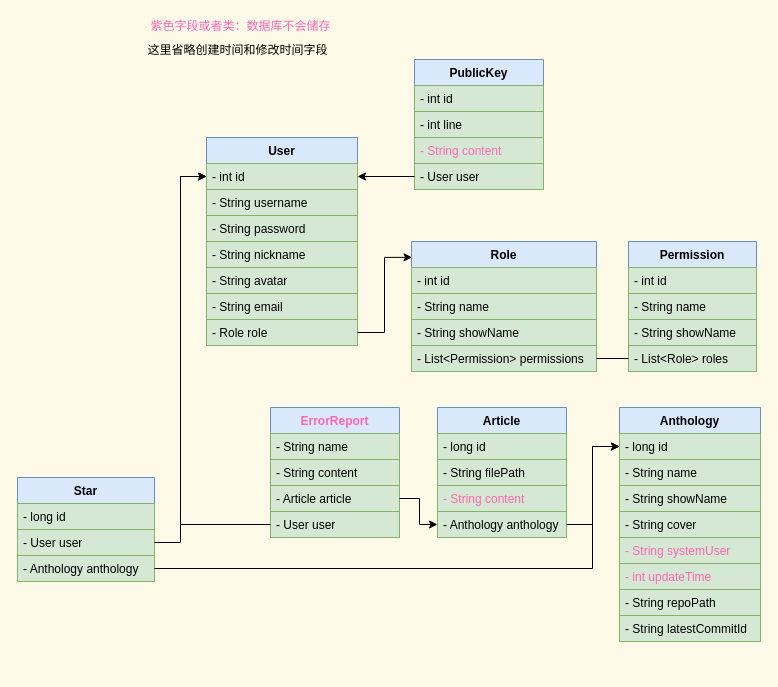
Above: page "类图" (1 of 2) of server-springboot/后端类图.dio in swsk33/git-document (draw.io), before the change. Source tidied: cells renumbered, new cells numbered last; positions are measured from the earlier drawing's top-left corner, leaving out a move shared by most shapes. Both pictures are drawn from the tidied source at 100%, with x=0, y=0 at pixel (17, 17).
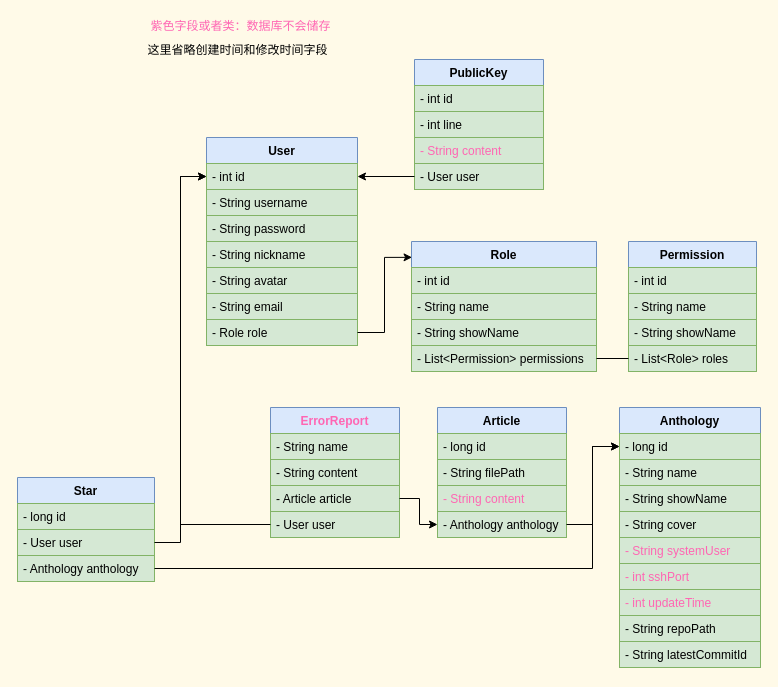
The same diagram, later.

The edit, as a diff of the source:
```diff
@@
     <mxCell id="27" value="Anthology" style="swimlane;fontStyle=1;align=center;verticalAlign=top;horizontal=1;startSize=26;fillColor=#dae8fc;strokeColor=#6c8ebf;" parent="1" vertex="1">
-      <mxGeometry x="602" y="390" width="141" height="234" as="geometry" />
+      <mxGeometry x="602" y="390" width="141" height="260" as="geometry" />
     </mxCell>
@@
+    <mxCell id="58" value="- int sshPort" style="text;strokeColor=#82b366;fillColor=#d5e8d4;align=left;verticalAlign=top;spacingLeft=4;spacingRight=4;overflow=hidden;fontColor=#FF66B3;" parent="27" vertex="1">
+      <mxGeometry y="156" width="141" height="26" as="geometry" />
+    </mxCell>
     <mxCell id="33" value="- int updateTime" style="text;strokeColor=#82b366;fillColor=#d5e8d4;align=left;verticalAlign=top;spacingLeft=4;spacingRight=4;overflow=hidden;fontColor=#FF66B3;" parent="27" vertex="1">
-      <mxGeometry y="156" width="141" height="26" as="geometry" />
+      <mxGeometry y="182" width="141" height="26" as="geometry" />
     </mxCell>
     <mxCell id="34" value="- String repoPath" style="text;strokeColor=#82b366;fillColor=#d5e8d4;align=left;verticalAlign=top;spacingLeft=4;spacingRight=4;overflow=hidden;" parent="27" vertex="1">
-      <mxGeometry y="182" width="141" height="26" as="geometry" />
+      <mxGeometry y="208" width="141" height="26" as="geometry" />
     </mxCell>
     <mxCell id="35" value="- String latestCommitId" style="text;strokeColor=#82b366;fillColor=#d5e8d4;align=left;verticalAlign=top;spacingLeft=4;spacingRight=4;overflow=hidden;" parent="27" vertex="1">
-      <mxGeometry y="208" width="141" height="26" as="geometry" />
+      <mxGeometry y="234" width="141" height="26" as="geometry" />
     </mxCell>
```
